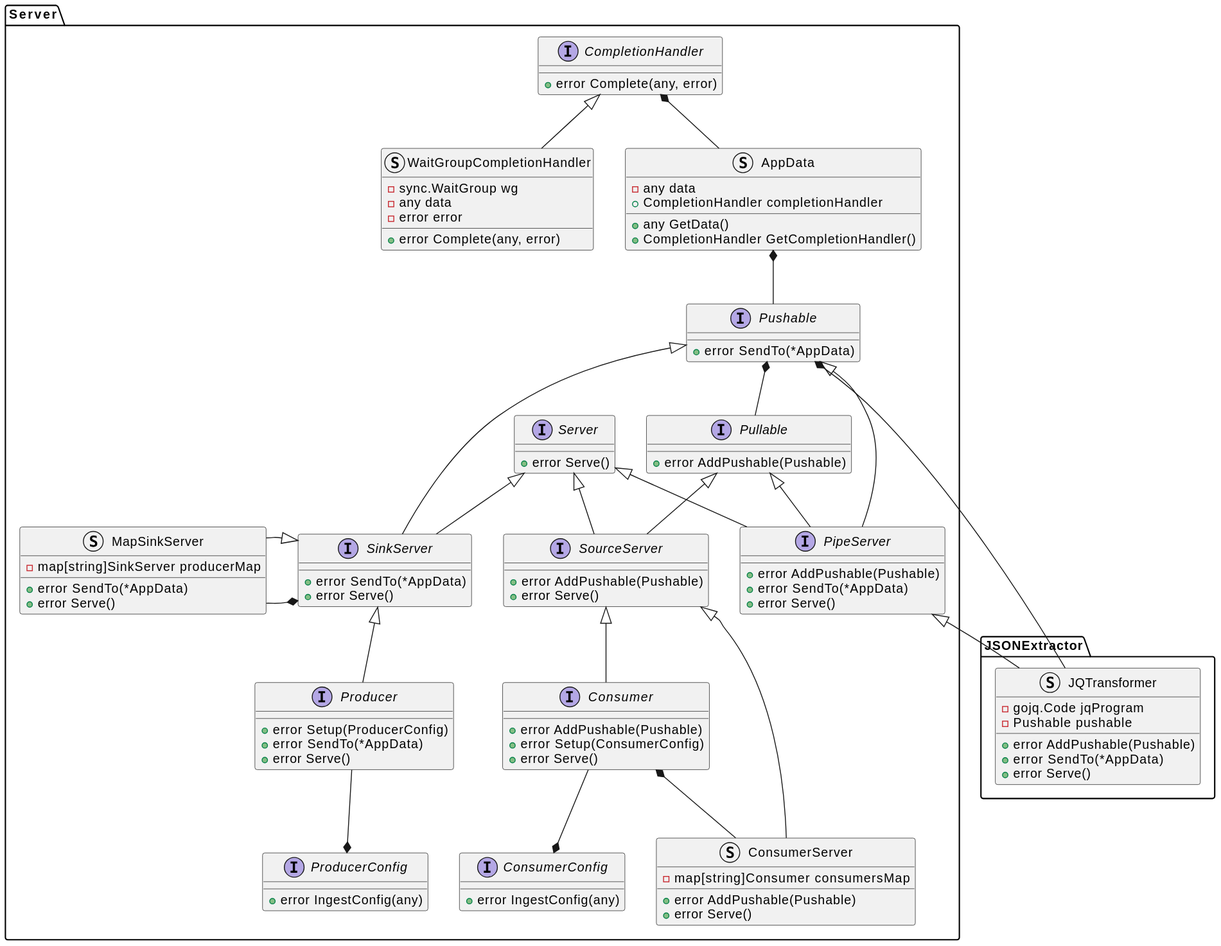
Above: docs/design_notes/DN1_JSON_Extractor/class_diagram.svg in xtuml/otel2pv (PlantUML), before the change.
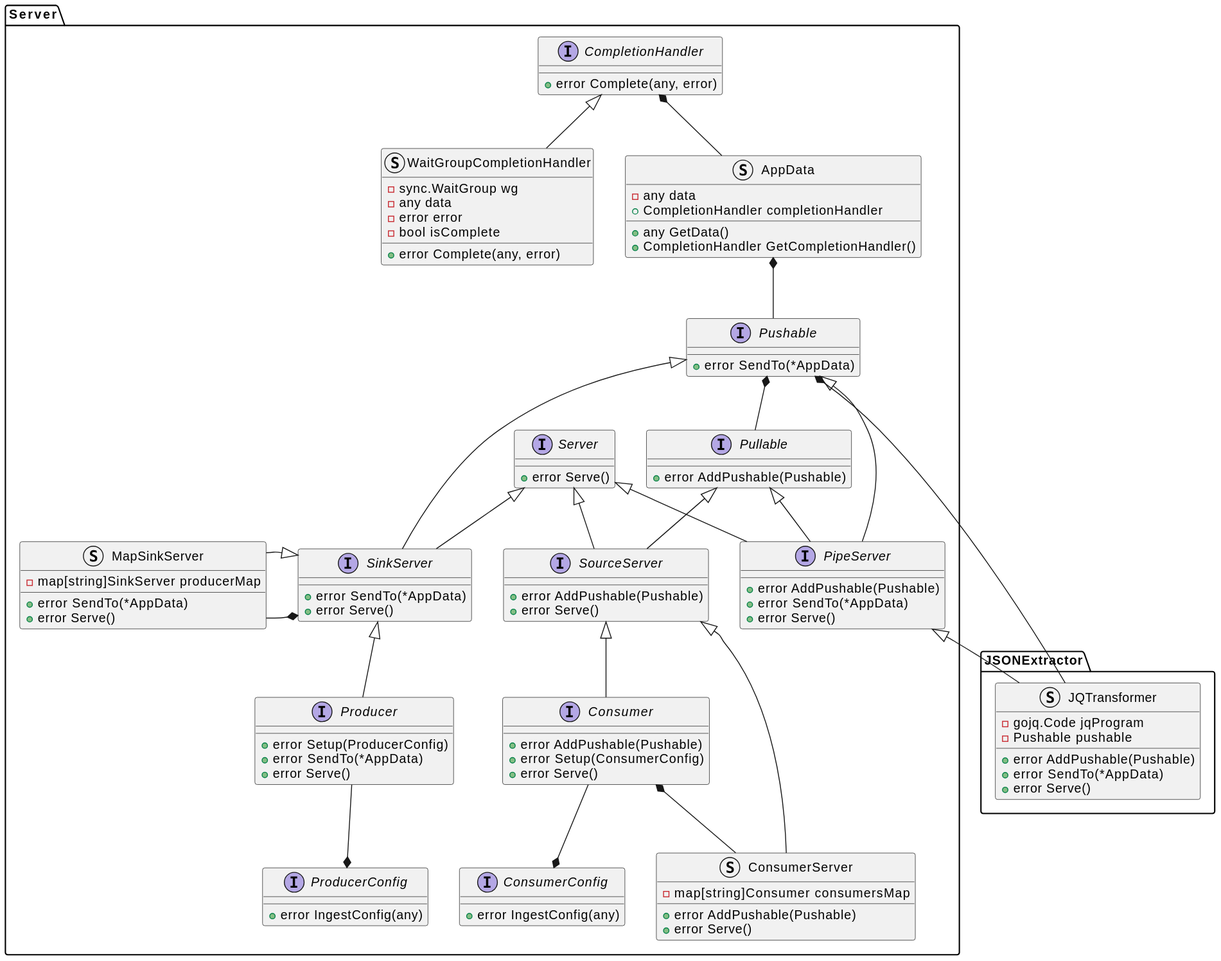
After the commit.

What changed in the source:
```diff
@@ -16,6 +16,7 @@
         -sync.WaitGroup wg
         -any data
         -error error
+        -bool isComplete
         +error Complete(any, error)
     }
     struct AppData {
```
